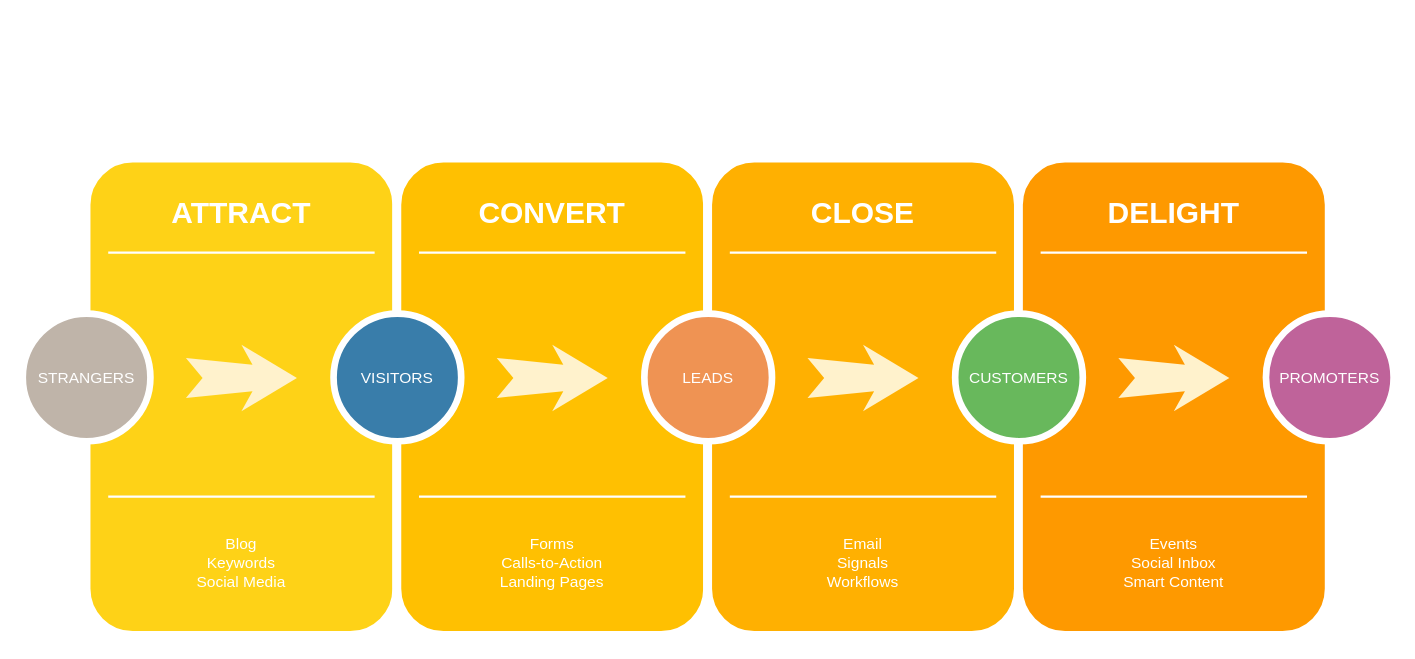
Earlier version of the draw.io diagram Untitled Diagram.drawio (benzly/fastBlur). Source tidied: cells renumbered, new cells numbered last; positions are measured from the earlier drawing's top-left corner, leaving out a move shared by most shapes. Both pictures are drawn from the tidied source at 111%, with x=0, y=0 at pixel (22, 158).
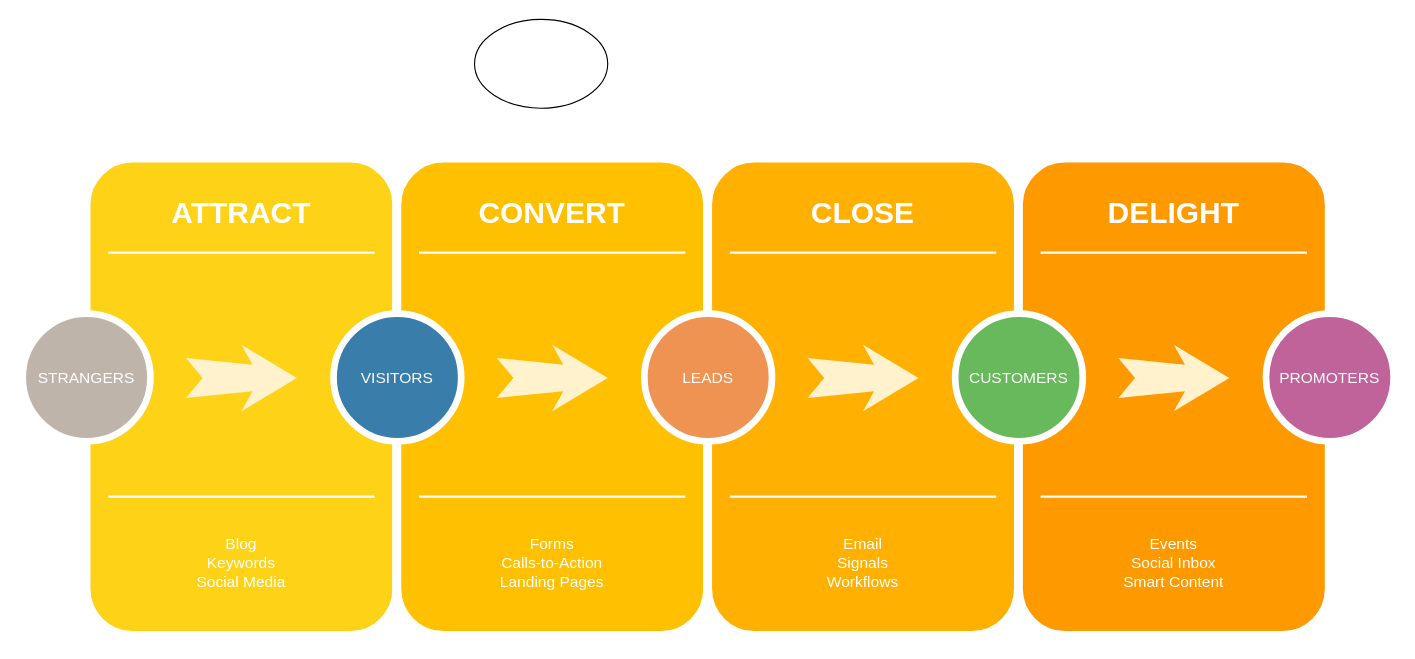
Above is the later version.

The edit, as a diff of the source:
```diff
@@
+    <mxCell id="31" style="ellipse;whiteSpace=wrap;html=1;" parent="1" vertex="1">
+      <mxGeometry x="407" y="-125" width="120" height="80" as="geometry" />
+    </mxCell>
```
